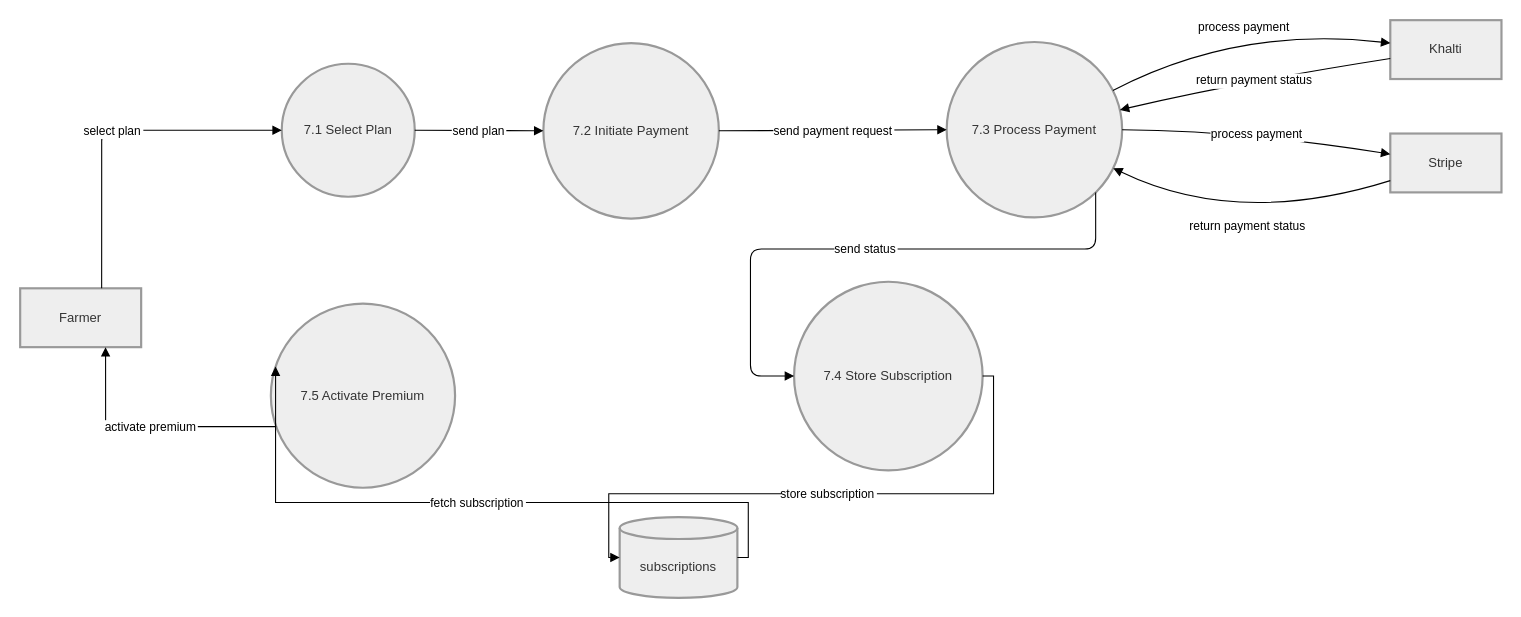
Earlier version of the draw.io diagram final/Level 2 DFD for Process 7.0 Premium Subscription and Payment.drawio (bidur7745/Drawio-Files). Source tidied: cells renumbered, new cells numbered last; positions are measured from the earlier drawing's top-left corner, leaving out a move shared by most shapes. Both pictures are drawn from the tidied source at 109%, with x=0, y=0 at pixel (20, 20).
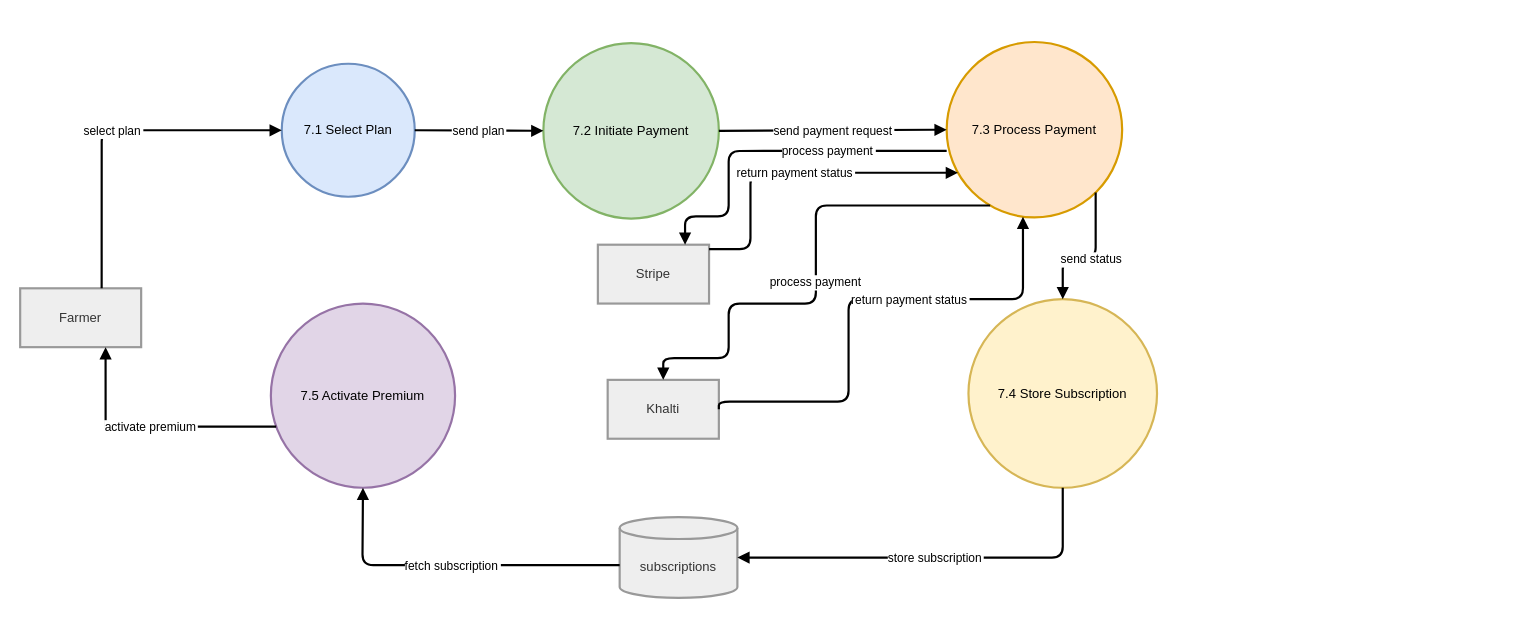
The same page after the edit.

The change refers to these unchanged cells:
```xml
<mxCell id="2" value="Farmer" style="whiteSpace=wrap;strokeWidth=2;fillColor=light-dark(#eeeeee,#1f2020);strokeColor=light-dark(#999999,#cccccc);fontColor=light-dark(#333333,#cccccc);" parent="1" vertex="1">
  <mxGeometry y="246" width="111" height="54" as="geometry" />
</mxCell>
<mxCell id="10" value="subscriptions" style="shape=cylinder3;boundedLbl=1;backgroundOutline=1;size=10;strokeWidth=2;whiteSpace=wrap;fillColor=light-dark(#eeeeee,#1f2020);strokeColor=light-dark(#999999,#cccccc);fontColor=light-dark(#333333,#cccccc);" parent="1" vertex="1">
  <mxGeometry x="550" y="456" width="108" height="74" as="geometry" />
</mxCell>
```

Change to the diagram source:
```diff
@@
     <mxCell id="3" value="Khalti" style="whiteSpace=wrap;strokeWidth=2;fillColor=light-dark(#eeeeee,#1f2020);strokeColor=light-dark(#999999,#cccccc);fontColor=light-dark(#333333,#cccccc);" parent="1" vertex="1">
-      <mxGeometry x="1257" width="102" height="54" as="geometry" />
+      <mxGeometry x="539" y="330" width="102" height="54" as="geometry" />
     </mxCell>
     <mxCell id="4" value="Stripe" style="whiteSpace=wrap;strokeWidth=2;fillColor=light-dark(#eeeeee,#1f2020);strokeColor=light-dark(#999999,#cccccc);fontColor=light-dark(#333333,#cccccc);" parent="1" vertex="1">
-      <mxGeometry x="1257" y="104" width="102" height="54" as="geometry" />
+      <mxGeometry x="530" y="206" width="102" height="54" as="geometry" />
     </mxCell>
-    <mxCell id="5" value="7.1 Select Plan" style="ellipse;strokeWidth=2;whiteSpace=wrap;fillColor=light-dark(#eeeeee,#1f2020);strokeColor=light-dark(#999999,#cccccc);fontColor=light-dark(#333333,#cccccc);" parent="1" vertex="1">
+    <mxCell id="5" value="7.1 Select Plan" style="ellipse;strokeWidth=2;whiteSpace=wrap;fillColor=#dae8fc;strokeColor=#6c8ebf;" parent="1" vertex="1">
       <mxGeometry x="240" y="40" width="122" height="122" as="geometry" />
     </mxCell>
-    <mxCell id="6" value="7.2 Initiate Payment" style="ellipse;strokeWidth=2;whiteSpace=wrap;fillColor=light-dark(#eeeeee,#1f2020);strokeColor=light-dark(#999999,#cccccc);fontColor=light-dark(#333333,#cccccc);" parent="1" vertex="1">
+    <mxCell id="6" value="7.2 Initiate Payment" style="ellipse;strokeWidth=2;whiteSpace=wrap;fillColor=#d5e8d4;strokeColor=#82b366;" parent="1" vertex="1">
       <mxGeometry x="480" y="21" width="161" height="161" as="geometry" />
     </mxCell>
-    <mxCell id="7" value="7.3 Process Payment" style="ellipse;strokeWidth=2;whiteSpace=wrap;fillColor=light-dark(#eeeeee,#1f2020);strokeColor=light-dark(#999999,#cccccc);fontColor=light-dark(#333333,#cccccc);" parent="1" vertex="1">
+    <mxCell id="7" value="7.3 Process Payment" style="ellipse;strokeWidth=2;whiteSpace=wrap;fillColor=#ffe6cc;strokeColor=#d79b00;" parent="1" vertex="1">
       <mxGeometry x="850" y="20" width="161" height="161" as="geometry" />
     </mxCell>
-    <mxCell id="8" value="7.4 Store Subscription" style="ellipse;strokeWidth=2;whiteSpace=wrap;fillColor=light-dark(#eeeeee,#1f2020);strokeColor=light-dark(#999999,#cccccc);fontColor=light-dark(#333333,#cccccc);" parent="1" vertex="1">
-      <mxGeometry x="710" y="240" width="173" height="173" as="geometry" />
+    <mxCell id="8" value="7.4 Store Subscription" style="ellipse;strokeWidth=2;whiteSpace=wrap;fillColor=#fff2cc;strokeColor=#d6b656;" parent="1" vertex="1">
+      <mxGeometry x="870" y="256" width="173" height="173" as="geometry" />
     </mxCell>
-    <mxCell id="9" value="7.5 Activate Premium" style="ellipse;strokeWidth=2;whiteSpace=wrap;fillColor=light-dark(#eeeeee,#1f2020);strokeColor=light-dark(#999999,#cccccc);fontColor=light-dark(#333333,#cccccc);" parent="1" vertex="1">
+    <mxCell id="9" value="7.5 Activate Premium" style="ellipse;strokeWidth=2;whiteSpace=wrap;fillColor=#e1d5e7;strokeColor=#9673a6;" parent="1" vertex="1">
       <mxGeometry x="230" y="260" width="169" height="169" as="geometry" />
     </mxCell>
@@
-    <mxCell id="11" value="select plan" style="startArrow=none;endArrow=block;exitX=0.67;exitY=0.01;entryX=0;entryY=0.5;rounded=1;edgeStyle=orthogonalEdgeStyle;curved=0;" parent="1" edge="1" source="2" target="5">
+    <mxCell id="11" value="select plan" style="startArrow=none;endArrow=block;exitX=0.67;exitY=0.01;entryX=0;entryY=0.5;rounded=1;edgeStyle=orthogonalEdgeStyle;curved=0;strokeWidth=2;" parent="1" edge="1" source="2" target="5">
       <mxGeometry relative="1" as="geometry" />
     </mxCell>
-    <mxCell id="12" value="send plan" style="curved=1;startArrow=none;endArrow=block;exitX=1;exitY=0.5;entryX=0;entryY=0.5;rounded=0;" parent="1" edge="1" source="5" target="6">
+    <mxCell id="12" value="send plan" style="curved=1;startArrow=none;endArrow=block;exitX=1;exitY=0.5;entryX=0;entryY=0.5;rounded=0;strokeWidth=2;" parent="1" edge="1" source="5" target="6">
       <mxGeometry relative="1" as="geometry" />
     </mxCell>
-    <mxCell id="13" value="send payment request" style="curved=1;startArrow=none;endArrow=block;exitX=1;exitY=0.5;entryX=0;entryY=0.5;rounded=0;" parent="1" edge="1" source="6" target="7">
+    <mxCell id="13" value="send payment request" style="curved=1;startArrow=none;endArrow=block;exitX=1;exitY=0.5;entryX=0;entryY=0.5;rounded=0;strokeWidth=2;" parent="1" edge="1" source="6" target="7">
       <mxGeometry relative="1" as="geometry" />
     </mxCell>
-    <mxCell id="14" value="process payment" style="curved=1;startArrow=none;endArrow=block;exitX=1.01;exitY=0.24;entryX=0;entryY=0.39;rounded=0;" parent="1" edge="1" source="7" target="3">
+    <mxCell id="14" value="process payment" style="startArrow=none;endArrow=block;rounded=1;strokeWidth=2;edgeStyle=orthogonalEdgeStyle;curved=0;" parent="1" edge="1" source="7" target="3">
       <mxGeometry relative="1" as="geometry">
         <Array as="points">
-          <mxPoint x="1117" y="5" />
+          <mxPoint x="730" y="170" />
+          <mxPoint x="730" y="260" />
+          <mxPoint x="650" y="260" />
+          <mxPoint x="650" y="310" />
+          <mxPoint x="590" y="310" />
         </Array>
       </mxGeometry>
     </mxCell>
-    <mxCell id="15" value="process payment" style="curved=1;startArrow=none;endArrow=block;exitX=1.01;exitY=0.5;entryX=0;entryY=0.35;rounded=0;" parent="1" edge="1" source="7" target="4">
-      <mxGeometry relative="1" as="geometry">
+    <mxCell id="15" value="process payment" style="startArrow=none;endArrow=block;exitX=0;exitY=0.621;rounded=1;strokeWidth=2;edgeStyle=orthogonalEdgeStyle;exitDx=0;exitDy=0;exitPerimeter=0;curved=0;" parent="1" edge="1" source="7" target="4">
+      <mxGeometry x="-0.33" relative="1" as="geometry">
         <Array as="points">
-          <mxPoint x="1117" y="101" />
+          <mxPoint x="650" y="120" />
+          <mxPoint x="650" y="180" />
+          <mxPoint x="610" y="180" />
         </Array>
       </mxGeometry>
     </mxCell>
-    <mxCell id="16" value="return payment status" style="curved=1;startArrow=none;endArrow=block;exitX=0;exitY=0.65;entryX=1.01;entryY=0.38;rounded=0;" parent="1" edge="1" source="3" target="7">
-      <mxGeometry relative="1" as="geometry">
+    <mxCell id="16" value="return payment status" style="startArrow=none;endArrow=block;exitX=1;exitY=0.5;rounded=1;strokeWidth=2;edgeStyle=orthogonalEdgeStyle;exitDx=0;exitDy=0;curved=0;" parent="1" edge="1" source="3" target="7">
+      <mxGeometry x="0.21" relative="1" as="geometry">
         <Array as="points">
-          <mxPoint x="1117" y="57" />
+          <mxPoint x="641" y="350" />
+          <mxPoint x="760" y="350" />
+          <mxPoint x="760" y="256" />
+          <mxPoint x="920" y="256" />
         </Array>
       </mxGeometry>
     </mxCell>
-    <mxCell id="17" value="return payment status" style="curved=1;startArrow=none;endArrow=block;exitX=0;exitY=0.8;entryX=1.01;entryY=0.75;rounded=0;" parent="1" edge="1" source="4" target="7">
+    <mxCell id="17" value="return payment status" style="startArrow=none;endArrow=block;rounded=1;strokeWidth=2;edgeStyle=orthogonalEdgeStyle;curved=0;" parent="1" edge="1" source="4" target="7">
       <mxGeometry relative="1" as="geometry">
         <Array as="points">
-          <mxPoint x="1117" y="191" />
+          <mxPoint x="670" y="210" />
+          <mxPoint x="670" y="140" />
         </Array>
       </mxGeometry>
     </mxCell>
-    <mxCell id="18" value="send status" style="startArrow=none;endArrow=block;exitX=0.99;exitY=1;entryX=0;entryY=0.5;rounded=1;edgeStyle=orthogonalEdgeStyle;curved=0;" parent="1" edge="1" source="7" target="8">
-      <mxGeometry relative="1" as="geometry">
-        <Array as="points">
-          <mxPoint x="987" y="210" />
-          <mxPoint x="670" y="210" />
-          <mxPoint x="670" y="326" />
-        </Array>
-      </mxGeometry>
+    <mxCell id="18" value="send status" style="startArrow=none;endArrow=block;exitX=0.99;exitY=1;rounded=1;strokeWidth=2;edgeStyle=orthogonalEdgeStyle;" parent="1" edge="1" source="7" target="8">
+      <mxGeometry relative="1" as="geometry" />
     </mxCell>
-    <mxCell id="19" value="store subscription" style="startArrow=none;endArrow=block;exitX=1;exitY=0.5;entryX=0;entryY=0.5;rounded=0;edgeStyle=orthogonalEdgeStyle;" parent="1" edge="1" source="8" target="10">
-      <mxGeometry relative="1" as="geometry" />
+    <mxCell id="19" value="store subscription" style="startArrow=none;endArrow=block;rounded=1;edgeStyle=orthogonalEdgeStyle;strokeWidth=2;exitX=0.5;exitY=1;exitDx=0;exitDy=0;curved=0;" parent="1" edge="1" source="8" target="10">
+      <mxGeometry relative="1" as="geometry">
+        <Array as="points">
+          <mxPoint x="956" y="493" />
+        </Array>
+      </mxGeometry>
     </mxCell>
-    <mxCell id="20" value="fetch subscription" style="startArrow=none;endArrow=block;exitX=1;exitY=0.5;entryX=0;entryY=0.33;rounded=0;edgeStyle=orthogonalEdgeStyle;" parent="1" edge="1" source="10" target="9">
-      <mxGeometry relative="1" as="geometry" />
+    <mxCell id="20" value="fetch subscription" style="startArrow=none;endArrow=block;rounded=1;edgeStyle=orthogonalEdgeStyle;strokeWidth=2;curved=0;" parent="1" edge="1" source="10" target="9">
+      <mxGeometry relative="1" as="geometry">
+        <Array as="points">
+          <mxPoint x="314" y="500" />
+        </Array>
+      </mxGeometry>
     </mxCell>
-    <mxCell id="21" value="activate premium" style="startArrow=none;endArrow=block;exitX=0;exitY=0.68;entryX=0.71;entryY=1.01;rounded=0;edgeStyle=orthogonalEdgeStyle;" parent="1" edge="1" source="9" target="2">
+    <mxCell id="21" value="activate premium" style="startArrow=none;endArrow=block;exitX=0;exitY=0.68;entryX=0.71;entryY=1.01;rounded=0;edgeStyle=orthogonalEdgeStyle;strokeWidth=2;" parent="1" edge="1" source="9" target="2">
       <mxGeometry relative="1" as="geometry" />
     </mxCell>
```
